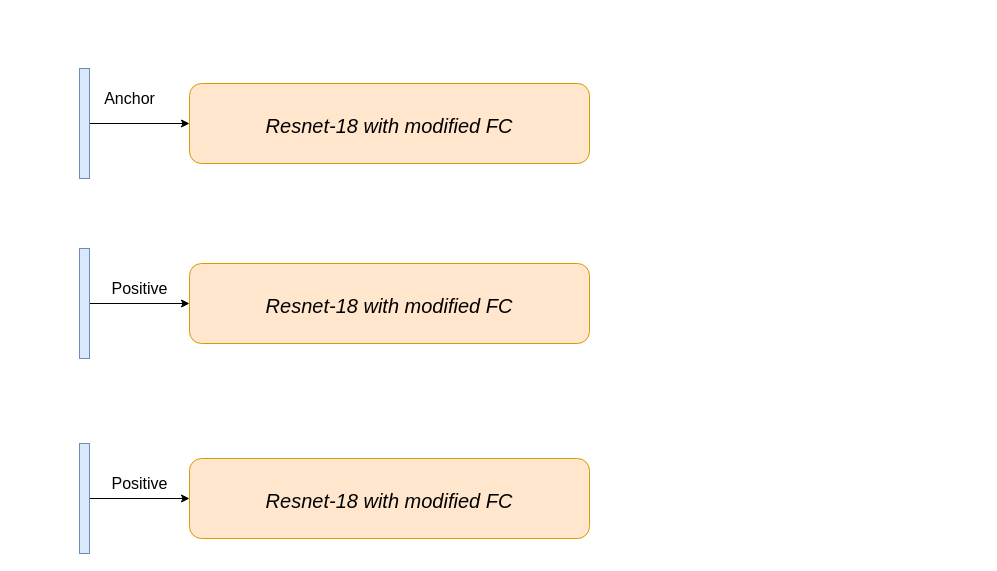
This is 未命名绘图.drawio from zcahudx/MCMC-for-Classification-Models, a draw.io file, before an edit. Source tidied: cells renumbered, new cells numbered last; positions are measured from the earlier drawing's top-left corner, leaving out a move shared by most shapes. Both pictures are drawn from the tidied source at 100%, with x=0, y=0 at pixel (79, 68).
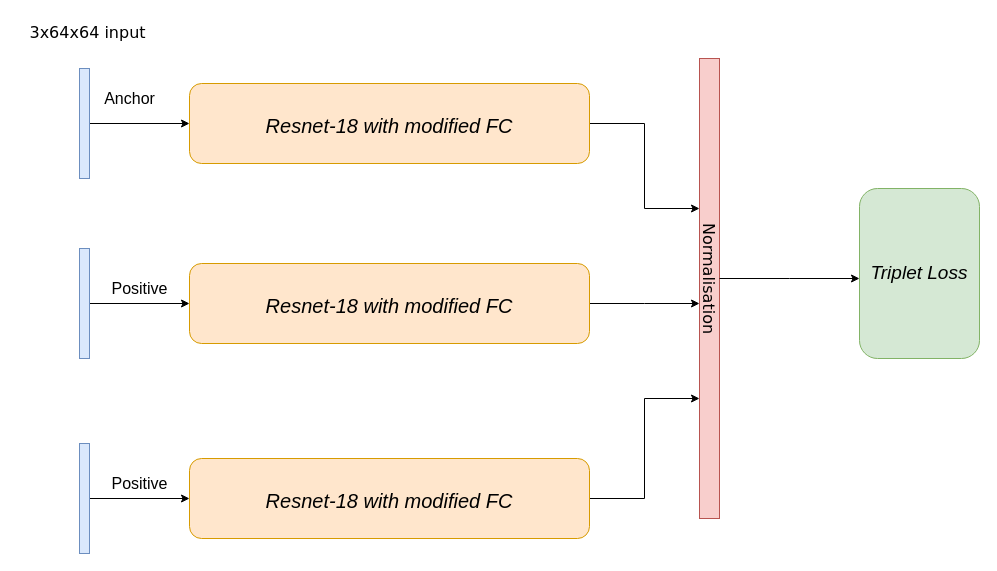
After the change.

Commit message:
更新未命名绘图.drawio

Unchanged cells that the change refers to:
```xml
<mxCell id="2" value="&lt;font style=&quot;font-size: 29px;&quot;&gt;&lt;i style=&quot;font-size: 20px;&quot;&gt;Resnet-18 with modified FC&lt;font style=&quot;font-size: 16px;&quot;&gt; &lt;br&gt;&lt;/font&gt;&lt;/i&gt;&lt;/font&gt;" style="rounded=1;whiteSpace=wrap;html=1;fillColor=#ffe6cc;strokeColor=#d79b00;" parent="1" vertex="1">
  <mxGeometry x="110" y="15" width="400" height="80" as="geometry" />
</mxCell>
<mxCell id="8" value="&lt;font style=&quot;font-size: 29px;&quot;&gt;&lt;i style=&quot;font-size: 20px;&quot;&gt;Resnet-18 with modified FC&lt;font style=&quot;font-size: 16px;&quot;&gt; &lt;br&gt;&lt;/font&gt;&lt;/i&gt;&lt;/font&gt;" style="rounded=1;whiteSpace=wrap;html=1;fillColor=#ffe6cc;strokeColor=#d79b00;" parent="1" vertex="1">
  <mxGeometry x="110" y="195" width="400" height="80" as="geometry" />
</mxCell>
<mxCell id="12" value="&lt;font style=&quot;font-size: 29px;&quot;&gt;&lt;i style=&quot;font-size: 20px;&quot;&gt;Resnet-18 with modified FC&lt;font style=&quot;font-size: 16px;&quot;&gt; &lt;br&gt;&lt;/font&gt;&lt;/i&gt;&lt;/font&gt;" style="rounded=1;whiteSpace=wrap;html=1;fillColor=#ffe6cc;strokeColor=#d79b00;" parent="1" vertex="1">
  <mxGeometry x="110" y="390" width="400" height="80" as="geometry" />
</mxCell>
```

Change to the diagram source:
```diff
@@
+    <mxCell id="14" style="edgeStyle=orthogonalEdgeStyle;rounded=0;jettySize=auto;html=1;fontFamily=Verdana;fontSize=16;" parent="1" edge="1" source="2" target="17">
+      <mxGeometry relative="1" as="geometry">
+        <Array as="points">
+          <mxPoint x="565" y="55" />
+          <mxPoint x="565" y="140" />
+        </Array>
+      </mxGeometry>
+    </mxCell>
@@
+    <mxCell id="15" style="edgeStyle=orthogonalEdgeStyle;rounded=0;jettySize=auto;html=1;fontFamily=Verdana;fontSize=16;" parent="1" edge="1" source="8">
+      <mxGeometry relative="1" as="geometry">
+        <mxPoint x="620" y="235" as="targetPoint" />
+      </mxGeometry>
+    </mxCell>
@@
+    <mxCell id="16" style="edgeStyle=orthogonalEdgeStyle;rounded=0;jettySize=auto;html=1;fontFamily=Verdana;fontSize=16;" parent="1" edge="1" source="12" target="17">
+      <mxGeometry x="0.09" relative="1" as="geometry">
+        <Array as="points">
+          <mxPoint x="565" y="430" />
+          <mxPoint x="565" y="330" />
+        </Array>
+      </mxGeometry>
+    </mxCell>
@@
+    <mxCell id="17" value="&lt;div&gt;&lt;br&gt;&lt;/div&gt;" style="rounded=0;whiteSpace=wrap;html=1;fontSize=16;align=center;direction=east;fillColor=#f8cecc;strokeColor=#b85450;" parent="1" vertex="1">
+      <mxGeometry x="620" y="-10" width="20" height="460" as="geometry" />
+    </mxCell>
+    <mxCell id="18" value="3x64x64 input " style="text;html=1;align=center;verticalAlign=middle;strokeColor=none;fillColor=none;fontSize=16;fontFamily=Verdana;" parent="1" vertex="1">
+      <mxGeometry x="-62" y="-51" width="140" height="30" as="geometry" />
+    </mxCell>
+    <mxCell id="19" style="edgeStyle=orthogonalEdgeStyle;rounded=0;jettySize=auto;html=1;fontFamily=Helvetica;fontSize=19;" parent="1" edge="1" target="21">
+      <mxGeometry relative="1" as="geometry">
+        <mxPoint x="640" y="210" as="sourcePoint" />
+        <Array as="points">
+          <mxPoint x="710" y="210" />
+          <mxPoint x="710" y="210" />
+        </Array>
+      </mxGeometry>
+    </mxCell>
+    <mxCell id="20" value="Normalisation" style="text;html=1;align=center;verticalAlign=middle;strokeColor=none;fillColor=none;fontSize=16;fontFamily=Verdana;rotation=90;" parent="1" vertex="1">
+      <mxGeometry x="565" y="195" width="130" height="30" as="geometry" />
+    </mxCell>
+    <mxCell id="21" value="&lt;div align=&quot;center&quot;&gt;&lt;font face=&quot;Helvetica&quot;&gt;&lt;i&gt;&lt;font style=&quot;font-size: 19px;&quot;&gt;Triplet Loss&lt;/font&gt;&lt;/i&gt;&lt;/font&gt;&lt;/div&gt;" style="rounded=1;whiteSpace=wrap;html=1;fontFamily=Verdana;fontSize=16;align=center;fillColor=#d5e8d4;strokeColor=#82b366;" parent="1" vertex="1">
+      <mxGeometry x="780" y="120" width="120" height="170" as="geometry" />
+    </mxCell>
```
